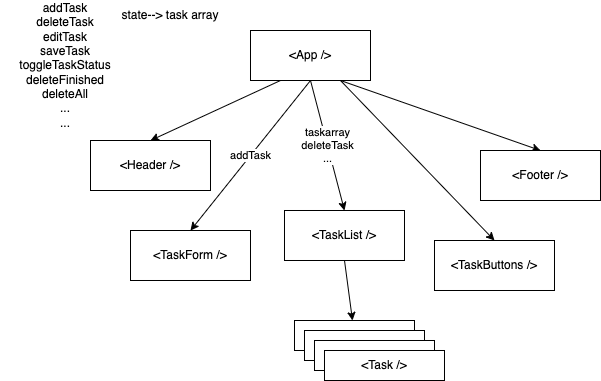
vinod-kayartaya/ABB-training-march-2024 keeps this draw.io diagram as react/concepts.dio.png. Above is the earlier version. Source tidied: cells renumbered, new cells last; positions are measured from the earlier drawing's top-left corner, leaving out a move shared by most shapes. Source of this version:
```xml
<mxGraphModel>
  <root>
    <mxCell id="0" />
    <mxCell id="1" parent="0" />
    <mxCell id="2" style="edgeStyle=none;html=1;exitX=0.25;exitY=1;exitDx=0;exitDy=0;entryX=0.5;entryY=0;entryDx=0;entryDy=0;" parent="1" edge="1" source="7" target="8">
      <mxGeometry relative="1" as="geometry" />
    </mxCell>
    <mxCell id="3" value="addTask" style="edgeStyle=none;html=1;exitX=0.5;exitY=1;exitDx=0;exitDy=0;entryX=0.5;entryY=0;entryDx=0;entryDy=0;" parent="1" edge="1" source="7" target="9">
      <mxGeometry relative="1" as="geometry" />
    </mxCell>
    <mxCell id="4" value="taskarray&lt;br&gt;deleteTask&lt;br&gt;..." style="edgeStyle=none;html=1;exitX=0.5;exitY=1;exitDx=0;exitDy=0;entryX=0.5;entryY=0;entryDx=0;entryDy=0;" parent="1" edge="1" source="7" target="11">
      <mxGeometry relative="1" as="geometry" />
    </mxCell>
    <mxCell id="5" style="edgeStyle=none;html=1;exitX=0.75;exitY=1;exitDx=0;exitDy=0;entryX=0.5;entryY=0;entryDx=0;entryDy=0;" parent="1" edge="1" source="7" target="16">
      <mxGeometry relative="1" as="geometry" />
    </mxCell>
    <mxCell id="6" style="edgeStyle=none;html=1;exitX=0.75;exitY=1;exitDx=0;exitDy=0;entryX=0.5;entryY=0;entryDx=0;entryDy=0;" parent="1" edge="1" source="7" target="17">
      <mxGeometry relative="1" as="geometry" />
    </mxCell>
    <mxCell id="7" value="&amp;lt;App /&amp;gt;" style="rounded=0;whiteSpace=wrap;html=1;" parent="1" vertex="1">
      <mxGeometry x="250" y="30" width="120" height="50" as="geometry" />
    </mxCell>
    <mxCell id="8" value="&amp;lt;Header /&amp;gt;" style="rounded=0;whiteSpace=wrap;html=1;" parent="1" vertex="1">
      <mxGeometry x="90" y="140" width="120" height="50" as="geometry" />
    </mxCell>
    <mxCell id="9" value="&amp;lt;TaskForm /&amp;gt;" style="rounded=0;whiteSpace=wrap;html=1;" parent="1" vertex="1">
      <mxGeometry x="130" y="230" width="120" height="50" as="geometry" />
    </mxCell>
    <mxCell id="10" style="edgeStyle=none;html=1;exitX=0.5;exitY=1;exitDx=0;exitDy=0;" parent="1" edge="1" source="11" target="12">
      <mxGeometry relative="1" as="geometry" />
    </mxCell>
    <mxCell id="11" value="&amp;lt;TaskList /&amp;gt;" style="rounded=0;whiteSpace=wrap;html=1;" parent="1" vertex="1">
      <mxGeometry x="284" y="210" width="120" height="50" as="geometry" />
    </mxCell>
    <mxCell id="12" value="&amp;lt;Task /&amp;gt;" style="rounded=0;whiteSpace=wrap;html=1;" parent="1" vertex="1">
      <mxGeometry x="294" y="320" width="120" height="30" as="geometry" />
    </mxCell>
    <mxCell id="13" value="&amp;lt;Task /&amp;gt;" style="rounded=0;whiteSpace=wrap;html=1;" parent="1" vertex="1">
      <mxGeometry x="304" y="330" width="120" height="30" as="geometry" />
    </mxCell>
    <mxCell id="14" value="&amp;lt;Task /&amp;gt;" style="rounded=0;whiteSpace=wrap;html=1;" parent="1" vertex="1">
      <mxGeometry x="314" y="340" width="120" height="30" as="geometry" />
    </mxCell>
    <mxCell id="15" value="&amp;lt;Task /&amp;gt;" style="rounded=0;whiteSpace=wrap;html=1;" parent="1" vertex="1">
      <mxGeometry x="324" y="350" width="120" height="30" as="geometry" />
    </mxCell>
    <mxCell id="16" value="&amp;lt;TaskButtons /&amp;gt;" style="rounded=0;whiteSpace=wrap;html=1;" parent="1" vertex="1">
      <mxGeometry x="434" y="240" width="120" height="50" as="geometry" />
    </mxCell>
    <mxCell id="17" value="&amp;lt;Footer /&amp;gt;" style="rounded=0;whiteSpace=wrap;html=1;" parent="1" vertex="1">
      <mxGeometry x="480" y="150" width="120" height="50" as="geometry" />
    </mxCell>
    <mxCell id="18" value="state--&amp;gt; task array" style="text;html=1;strokeColor=none;fillColor=none;align=center;verticalAlign=middle;whiteSpace=wrap;rounded=0;" parent="1" vertex="1">
      <mxGeometry x="100" width="140" height="30" as="geometry" />
    </mxCell>
    <mxCell id="19" value="addTask&lt;br&gt;deleteTask&lt;br&gt;editTask&lt;br&gt;saveTask&lt;br&gt;toggleTaskStatus&lt;br&gt;deleteFinished&lt;br&gt;deleteAll&lt;br&gt;...&lt;br&gt;..." style="text;html=1;strokeColor=none;fillColor=none;align=center;verticalAlign=middle;whiteSpace=wrap;rounded=0;" parent="1" vertex="1">
      <mxGeometry y="40" width="130" height="50" as="geometry" />
    </mxCell>
  </root>
</mxGraphModel>
```
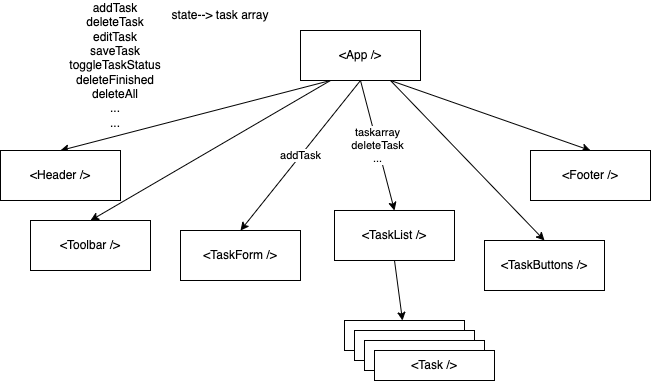
The same diagram one commit later.

What changed in the source:
```diff
@@ -17,11 +17,14 @@
     <mxCell id="6" style="edgeStyle=none;html=1;exitX=0.75;exitY=1;exitDx=0;exitDy=0;entryX=0.5;entryY=0;entryDx=0;entryDy=0;" parent="1" edge="1" source="7" target="17">
       <mxGeometry relative="1" as="geometry" />
     </mxCell>
+    <mxCell id="20" style="edgeStyle=none;html=1;exitX=0.25;exitY=1;exitDx=0;exitDy=0;entryX=0.5;entryY=0;entryDx=0;entryDy=0;" parent="1" edge="1" source="7" target="21">
+      <mxGeometry relative="1" as="geometry" />
+    </mxCell>
     <mxCell id="7" value="&amp;lt;App /&amp;gt;" style="rounded=0;whiteSpace=wrap;html=1;" parent="1" vertex="1">
       <mxGeometry x="250" y="30" width="120" height="50" as="geometry" />
     </mxCell>
     <mxCell id="8" value="&amp;lt;Header /&amp;gt;" style="rounded=0;whiteSpace=wrap;html=1;" parent="1" vertex="1">
-      <mxGeometry x="90" y="140" width="120" height="50" as="geometry" />
+      <mxGeometry x="-50" y="150" width="120" height="50" as="geometry" />
     </mxCell>
     <mxCell id="9" value="&amp;lt;TaskForm /&amp;gt;" style="rounded=0;whiteSpace=wrap;html=1;" parent="1" vertex="1">
       <mxGeometry x="130" y="230" width="120" height="50" as="geometry" />
@@ -56,5 +59,8 @@
     <mxCell id="19" value="addTask&lt;br&gt;deleteTask&lt;br&gt;editTask&lt;br&gt;saveTask&lt;br&gt;toggleTaskStatus&lt;br&gt;deleteFinished&lt;br&gt;deleteAll&lt;br&gt;...&lt;br&gt;..." style="text;html=1;strokeColor=none;fillColor=none;align=center;verticalAlign=middle;whiteSpace=wrap;rounded=0;" parent="1" vertex="1">
       <mxGeometry y="40" width="130" height="50" as="geometry" />
     </mxCell>
+    <mxCell id="21" value="&amp;lt;Toolbar /&amp;gt;" style="rounded=0;whiteSpace=wrap;html=1;" parent="1" vertex="1">
+      <mxGeometry x="-20" y="220" width="120" height="50" as="geometry" />
+    </mxCell>
   </root>
 </mxGraphModel>
```
